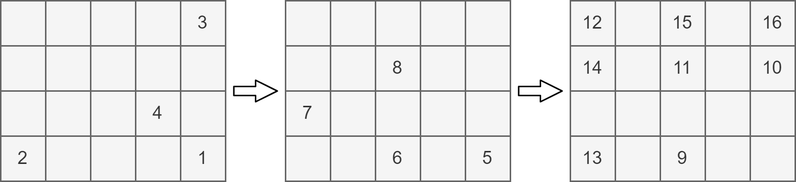
Before: img/62c303-L7.drawio.png, a diagram exported from draw.io (axiomofchoice-hjt/Axiomofchoice-hjt.github.io). Source tidied: cells renumbered, new cells last; positions are measured from the earlier drawing's top-left corner, leaving out a move shared by most shapes.
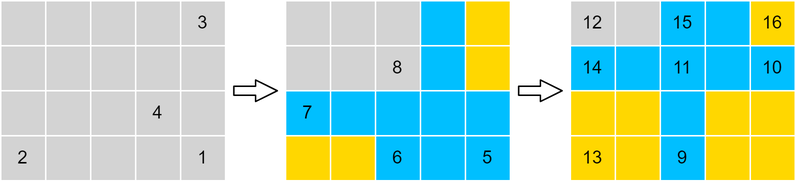
Above is the later version.

Diff of the diagram source:
```diff
@@ -2,193 +2,193 @@
   <root>
     <mxCell id="0" />
     <mxCell id="1" parent="0" />
-    <mxCell id="2" style="rounded=0;whiteSpace=wrap;html=1;fillColor=#f5f5f5;fontColor=#333333;strokeColor=#666666;" parent="1" vertex="1">
+    <mxCell id="2" style="rounded=0;whiteSpace=wrap;html=1;fillColor=#d3d3d3;fontColor=#000000;strokeColor=#ffffff;" parent="1" vertex="1">
       <mxGeometry width="30" height="30" as="geometry" />
     </mxCell>
-    <mxCell id="3" style="rounded=0;whiteSpace=wrap;html=1;fillColor=#f5f5f5;fontColor=#333333;strokeColor=#666666;" parent="1" vertex="1">
+    <mxCell id="3" style="rounded=0;whiteSpace=wrap;html=1;fillColor=#d3d3d3;fontColor=#000000;strokeColor=#ffffff;" parent="1" vertex="1">
       <mxGeometry x="30" width="30" height="30" as="geometry" />
     </mxCell>
-    <mxCell id="4" style="rounded=0;whiteSpace=wrap;html=1;fillColor=#f5f5f5;fontColor=#333333;strokeColor=#666666;" parent="1" vertex="1">
+    <mxCell id="4" style="rounded=0;whiteSpace=wrap;html=1;fillColor=#d3d3d3;fontColor=#000000;strokeColor=#ffffff;" parent="1" vertex="1">
       <mxGeometry x="60" width="30" height="30" as="geometry" />
     </mxCell>
-    <mxCell id="5" style="rounded=0;whiteSpace=wrap;html=1;fillColor=#f5f5f5;fontColor=#333333;strokeColor=#666666;" parent="1" vertex="1">
+    <mxCell id="5" style="rounded=0;whiteSpace=wrap;html=1;fillColor=#d3d3d3;fontColor=#000000;strokeColor=#ffffff;" parent="1" vertex="1">
       <mxGeometry x="90" width="30" height="30" as="geometry" />
     </mxCell>
-    <mxCell id="6" value="3" style="rounded=0;whiteSpace=wrap;html=1;fillColor=#f5f5f5;fontColor=#333333;strokeColor=#666666;" parent="1" vertex="1">
+    <mxCell id="6" value="3" style="rounded=0;whiteSpace=wrap;html=1;fillColor=#d3d3d3;fontColor=#000000;strokeColor=#ffffff;" parent="1" vertex="1">
       <mxGeometry x="120" width="30" height="30" as="geometry" />
     </mxCell>
-    <mxCell id="7" style="rounded=0;whiteSpace=wrap;html=1;fillColor=#f5f5f5;fontColor=#333333;strokeColor=#666666;" parent="1" vertex="1">
+    <mxCell id="7" style="rounded=0;whiteSpace=wrap;html=1;fillColor=#d3d3d3;fontColor=#000000;strokeColor=#ffffff;" parent="1" vertex="1">
       <mxGeometry y="30" width="30" height="30" as="geometry" />
     </mxCell>
-    <mxCell id="8" style="rounded=0;whiteSpace=wrap;html=1;fillColor=#f5f5f5;fontColor=#333333;strokeColor=#666666;" parent="1" vertex="1">
+    <mxCell id="8" style="rounded=0;whiteSpace=wrap;html=1;fillColor=#d3d3d3;fontColor=#000000;strokeColor=#ffffff;" parent="1" vertex="1">
       <mxGeometry x="30" y="30" width="30" height="30" as="geometry" />
     </mxCell>
-    <mxCell id="9" style="rounded=0;whiteSpace=wrap;html=1;fillColor=#f5f5f5;fontColor=#333333;strokeColor=#666666;" parent="1" vertex="1">
+    <mxCell id="9" style="rounded=0;whiteSpace=wrap;html=1;fillColor=#d3d3d3;fontColor=#000000;strokeColor=#ffffff;" parent="1" vertex="1">
       <mxGeometry x="60" y="30" width="30" height="30" as="geometry" />
     </mxCell>
-    <mxCell id="10" style="rounded=0;whiteSpace=wrap;html=1;fillColor=#f5f5f5;fontColor=#333333;strokeColor=#666666;" parent="1" vertex="1">
+    <mxCell id="10" style="rounded=0;whiteSpace=wrap;html=1;fillColor=#d3d3d3;fontColor=#000000;strokeColor=#ffffff;" parent="1" vertex="1">
       <mxGeometry x="90" y="30" width="30" height="30" as="geometry" />
     </mxCell>
-    <mxCell id="11" style="rounded=0;whiteSpace=wrap;html=1;fillColor=#f5f5f5;fontColor=#333333;strokeColor=#666666;" parent="1" vertex="1">
+    <mxCell id="11" style="rounded=0;whiteSpace=wrap;html=1;fillColor=#d3d3d3;fontColor=#000000;strokeColor=#ffffff;" parent="1" vertex="1">
       <mxGeometry x="120" y="30" width="30" height="30" as="geometry" />
     </mxCell>
-    <mxCell id="12" style="rounded=0;whiteSpace=wrap;html=1;fillColor=#f5f5f5;fontColor=#333333;strokeColor=#666666;" parent="1" vertex="1">
+    <mxCell id="12" style="rounded=0;whiteSpace=wrap;html=1;fillColor=#d3d3d3;fontColor=#000000;strokeColor=#ffffff;" parent="1" vertex="1">
       <mxGeometry y="60" width="30" height="30" as="geometry" />
     </mxCell>
-    <mxCell id="13" style="rounded=0;whiteSpace=wrap;html=1;fillColor=#f5f5f5;fontColor=#333333;strokeColor=#666666;" parent="1" vertex="1">
+    <mxCell id="13" style="rounded=0;whiteSpace=wrap;html=1;fillColor=#d3d3d3;fontColor=#000000;strokeColor=#ffffff;" parent="1" vertex="1">
       <mxGeometry x="30" y="60" width="30" height="30" as="geometry" />
     </mxCell>
-    <mxCell id="14" style="rounded=0;whiteSpace=wrap;html=1;fillColor=#f5f5f5;fontColor=#333333;strokeColor=#666666;" parent="1" vertex="1">
+    <mxCell id="14" style="rounded=0;whiteSpace=wrap;html=1;fillColor=#d3d3d3;fontColor=#000000;strokeColor=#ffffff;" parent="1" vertex="1">
       <mxGeometry x="60" y="60" width="30" height="30" as="geometry" />
     </mxCell>
-    <mxCell id="15" value="4" style="rounded=0;whiteSpace=wrap;html=1;fillColor=#f5f5f5;fontColor=#333333;strokeColor=#666666;" parent="1" vertex="1">
+    <mxCell id="15" value="4" style="rounded=0;whiteSpace=wrap;html=1;fillColor=#d3d3d3;fontColor=#000000;strokeColor=#ffffff;" parent="1" vertex="1">
       <mxGeometry x="90" y="60" width="30" height="30" as="geometry" />
     </mxCell>
-    <mxCell id="16" style="rounded=0;whiteSpace=wrap;html=1;fillColor=#f5f5f5;fontColor=#333333;strokeColor=#666666;" parent="1" vertex="1">
+    <mxCell id="16" style="rounded=0;whiteSpace=wrap;html=1;fillColor=#d3d3d3;fontColor=#000000;strokeColor=#ffffff;" parent="1" vertex="1">
       <mxGeometry x="120" y="60" width="30" height="30" as="geometry" />
     </mxCell>
-    <mxCell id="17" value="2" style="rounded=0;whiteSpace=wrap;html=1;fillColor=#f5f5f5;fontColor=#333333;strokeColor=#666666;" parent="1" vertex="1">
+    <mxCell id="17" value="2" style="rounded=0;whiteSpace=wrap;html=1;fillColor=#d3d3d3;fontColor=#000000;strokeColor=#ffffff;" parent="1" vertex="1">
       <mxGeometry y="90" width="30" height="30" as="geometry" />
     </mxCell>
-    <mxCell id="18" style="rounded=0;whiteSpace=wrap;html=1;fillColor=#f5f5f5;fontColor=#333333;strokeColor=#666666;" parent="1" vertex="1">
+    <mxCell id="18" style="rounded=0;whiteSpace=wrap;html=1;fillColor=#d3d3d3;fontColor=#000000;strokeColor=#ffffff;" parent="1" vertex="1">
       <mxGeometry x="30" y="90" width="30" height="30" as="geometry" />
     </mxCell>
-    <mxCell id="19" style="rounded=0;whiteSpace=wrap;html=1;fillColor=#f5f5f5;fontColor=#333333;strokeColor=#666666;" parent="1" vertex="1">
+    <mxCell id="19" style="rounded=0;whiteSpace=wrap;html=1;fillColor=#d3d3d3;fontColor=#000000;strokeColor=#ffffff;" parent="1" vertex="1">
       <mxGeometry x="60" y="90" width="30" height="30" as="geometry" />
     </mxCell>
-    <mxCell id="20" style="rounded=0;whiteSpace=wrap;html=1;fillColor=#f5f5f5;fontColor=#333333;strokeColor=#666666;" parent="1" vertex="1">
+    <mxCell id="20" style="rounded=0;whiteSpace=wrap;html=1;fillColor=#d3d3d3;fontColor=#000000;strokeColor=#ffffff;" parent="1" vertex="1">
       <mxGeometry x="90" y="90" width="30" height="30" as="geometry" />
     </mxCell>
-    <mxCell id="21" value="1" style="rounded=0;whiteSpace=wrap;html=1;fillColor=#f5f5f5;fontColor=#333333;strokeColor=#666666;" parent="1" vertex="1">
+    <mxCell id="21" value="1" style="rounded=0;whiteSpace=wrap;html=1;fillColor=#d3d3d3;fontColor=#000000;strokeColor=#ffffff;" parent="1" vertex="1">
       <mxGeometry x="120" y="90" width="30" height="30" as="geometry" />
     </mxCell>
-    <mxCell id="22" style="rounded=0;whiteSpace=wrap;html=1;fillColor=#f5f5f5;fontColor=#333333;strokeColor=#666666;" parent="1" vertex="1">
+    <mxCell id="22" style="rounded=0;whiteSpace=wrap;html=1;fillColor=#d3d3d3;fontColor=#000000;strokeColor=#ffffff;" parent="1" vertex="1">
       <mxGeometry x="190" width="30" height="30" as="geometry" />
     </mxCell>
-    <mxCell id="23" style="rounded=0;whiteSpace=wrap;html=1;fillColor=#f5f5f5;fontColor=#333333;strokeColor=#666666;" parent="1" vertex="1">
+    <mxCell id="23" style="rounded=0;whiteSpace=wrap;html=1;fillColor=#d3d3d3;fontColor=#000000;strokeColor=#ffffff;" parent="1" vertex="1">
       <mxGeometry x="220" width="30" height="30" as="geometry" />
     </mxCell>
-    <mxCell id="24" style="rounded=0;whiteSpace=wrap;html=1;fillColor=#f5f5f5;fontColor=#333333;strokeColor=#666666;" parent="1" vertex="1">
+    <mxCell id="24" style="rounded=0;whiteSpace=wrap;html=1;fillColor=#d3d3d3;fontColor=#000000;strokeColor=#ffffff;" parent="1" vertex="1">
       <mxGeometry x="250" width="30" height="30" as="geometry" />
     </mxCell>
-    <mxCell id="25" style="rounded=0;whiteSpace=wrap;html=1;fillColor=#f5f5f5;fontColor=#333333;strokeColor=#666666;" parent="1" vertex="1">
+    <mxCell id="25" style="rounded=0;whiteSpace=wrap;html=1;fillColor=#00bfff;fontColor=#000000;strokeColor=#ffffff;" parent="1" vertex="1">
       <mxGeometry x="280" width="30" height="30" as="geometry" />
     </mxCell>
-    <mxCell id="26" style="rounded=0;whiteSpace=wrap;html=1;fillColor=#f5f5f5;fontColor=#333333;strokeColor=#666666;" parent="1" vertex="1">
+    <mxCell id="26" style="rounded=0;whiteSpace=wrap;html=1;fillColor=#ffd700;fontColor=#000000;strokeColor=#ffffff;" parent="1" vertex="1">
       <mxGeometry x="310" width="30" height="30" as="geometry" />
     </mxCell>
-    <mxCell id="27" style="rounded=0;whiteSpace=wrap;html=1;fillColor=#f5f5f5;fontColor=#333333;strokeColor=#666666;" parent="1" vertex="1">
+    <mxCell id="27" style="rounded=0;whiteSpace=wrap;html=1;fillColor=#d3d3d3;fontColor=#000000;strokeColor=#ffffff;" parent="1" vertex="1">
       <mxGeometry x="190" y="30" width="30" height="30" as="geometry" />
     </mxCell>
-    <mxCell id="28" style="rounded=0;whiteSpace=wrap;html=1;fillColor=#f5f5f5;fontColor=#333333;strokeColor=#666666;" parent="1" vertex="1">
+    <mxCell id="28" style="rounded=0;whiteSpace=wrap;html=1;fillColor=#d3d3d3;fontColor=#000000;strokeColor=#ffffff;" parent="1" vertex="1">
       <mxGeometry x="220" y="30" width="30" height="30" as="geometry" />
     </mxCell>
-    <mxCell id="29" value="8" style="rounded=0;whiteSpace=wrap;html=1;fillColor=#f5f5f5;fontColor=#333333;strokeColor=#666666;" parent="1" vertex="1">
+    <mxCell id="29" value="8" style="rounded=0;whiteSpace=wrap;html=1;fillColor=#d3d3d3;fontColor=#000000;strokeColor=#ffffff;" parent="1" vertex="1">
       <mxGeometry x="250" y="30" width="30" height="30" as="geometry" />
     </mxCell>
-    <mxCell id="30" style="rounded=0;whiteSpace=wrap;html=1;fillColor=#f5f5f5;fontColor=#333333;strokeColor=#666666;" parent="1" vertex="1">
+    <mxCell id="30" style="rounded=0;whiteSpace=wrap;html=1;fillColor=#00bfff;fontColor=#000000;strokeColor=#ffffff;" parent="1" vertex="1">
       <mxGeometry x="280" y="30" width="30" height="30" as="geometry" />
     </mxCell>
-    <mxCell id="31" style="rounded=0;whiteSpace=wrap;html=1;fillColor=#f5f5f5;fontColor=#333333;strokeColor=#666666;" parent="1" vertex="1">
+    <mxCell id="31" style="rounded=0;whiteSpace=wrap;html=1;fillColor=#ffd700;fontColor=#000000;strokeColor=#ffffff;" parent="1" vertex="1">
       <mxGeometry x="310" y="30" width="30" height="30" as="geometry" />
     </mxCell>
-    <mxCell id="32" value="7" style="rounded=0;whiteSpace=wrap;html=1;fillColor=#f5f5f5;fontColor=#333333;strokeColor=#666666;" parent="1" vertex="1">
+    <mxCell id="32" value="7" style="rounded=0;whiteSpace=wrap;html=1;fillColor=#00bfff;fontColor=#000000;strokeColor=#ffffff;" parent="1" vertex="1">
       <mxGeometry x="190" y="60" width="30" height="30" as="geometry" />
     </mxCell>
-    <mxCell id="33" style="rounded=0;whiteSpace=wrap;html=1;fillColor=#f5f5f5;fontColor=#333333;strokeColor=#666666;" parent="1" vertex="1">
+    <mxCell id="33" style="rounded=0;whiteSpace=wrap;html=1;fillColor=#00bfff;fontColor=#000000;strokeColor=#ffffff;" parent="1" vertex="1">
       <mxGeometry x="220" y="60" width="30" height="30" as="geometry" />
     </mxCell>
-    <mxCell id="34" style="rounded=0;whiteSpace=wrap;html=1;fillColor=#f5f5f5;fontColor=#333333;strokeColor=#666666;" parent="1" vertex="1">
+    <mxCell id="34" style="rounded=0;whiteSpace=wrap;html=1;fillColor=#00bfff;fontColor=#000000;strokeColor=#ffffff;" parent="1" vertex="1">
       <mxGeometry x="250" y="60" width="30" height="30" as="geometry" />
     </mxCell>
-    <mxCell id="35" style="rounded=0;whiteSpace=wrap;html=1;fillColor=#f5f5f5;fontColor=#333333;strokeColor=#666666;" parent="1" vertex="1">
+    <mxCell id="35" style="rounded=0;whiteSpace=wrap;html=1;fillColor=#00bfff;fontColor=#000000;strokeColor=#ffffff;" parent="1" vertex="1">
       <mxGeometry x="280" y="60" width="30" height="30" as="geometry" />
     </mxCell>
-    <mxCell id="36" style="rounded=0;whiteSpace=wrap;html=1;fillColor=#f5f5f5;fontColor=#333333;strokeColor=#666666;" parent="1" vertex="1">
+    <mxCell id="36" style="rounded=0;whiteSpace=wrap;html=1;fillColor=#00bfff;fontColor=#000000;strokeColor=#ffffff;" parent="1" vertex="1">
       <mxGeometry x="310" y="60" width="30" height="30" as="geometry" />
     </mxCell>
-    <mxCell id="37" style="rounded=0;whiteSpace=wrap;html=1;fillColor=#f5f5f5;fontColor=#333333;strokeColor=#666666;" parent="1" vertex="1">
+    <mxCell id="37" style="rounded=0;whiteSpace=wrap;html=1;fillColor=#ffd700;fontColor=#000000;strokeColor=#ffffff;" parent="1" vertex="1">
       <mxGeometry x="190" y="90" width="30" height="30" as="geometry" />
     </mxCell>
-    <mxCell id="38" style="rounded=0;whiteSpace=wrap;html=1;fillColor=#f5f5f5;fontColor=#333333;strokeColor=#666666;" parent="1" vertex="1">
+    <mxCell id="38" style="rounded=0;whiteSpace=wrap;html=1;fillColor=#ffd700;fontColor=#000000;strokeColor=#ffffff;" parent="1" vertex="1">
       <mxGeometry x="220" y="90" width="30" height="30" as="geometry" />
     </mxCell>
-    <mxCell id="39" value="6" style="rounded=0;whiteSpace=wrap;html=1;fillColor=#f5f5f5;fontColor=#333333;strokeColor=#666666;" parent="1" vertex="1">
+    <mxCell id="39" value="6" style="rounded=0;whiteSpace=wrap;html=1;fillColor=#00bfff;fontColor=#000000;strokeColor=#ffffff;" parent="1" vertex="1">
       <mxGeometry x="250" y="90" width="30" height="30" as="geometry" />
     </mxCell>
-    <mxCell id="40" style="rounded=0;whiteSpace=wrap;html=1;fillColor=#f5f5f5;fontColor=#333333;strokeColor=#666666;" parent="1" vertex="1">
+    <mxCell id="40" style="rounded=0;whiteSpace=wrap;html=1;fillColor=#00bfff;fontColor=#000000;strokeColor=#ffffff;" parent="1" vertex="1">
       <mxGeometry x="280" y="90" width="30" height="30" as="geometry" />
     </mxCell>
-    <mxCell id="41" value="5" style="rounded=0;whiteSpace=wrap;html=1;fillColor=#f5f5f5;fontColor=#333333;strokeColor=#666666;" parent="1" vertex="1">
+    <mxCell id="41" value="5" style="rounded=0;whiteSpace=wrap;html=1;fillColor=#00bfff;fontColor=#000000;strokeColor=#ffffff;" parent="1" vertex="1">
       <mxGeometry x="310" y="90" width="30" height="30" as="geometry" />
     </mxCell>
-    <mxCell id="42" value="12" style="rounded=0;whiteSpace=wrap;html=1;fillColor=#f5f5f5;fontColor=#333333;strokeColor=#666666;" parent="1" vertex="1">
+    <mxCell id="42" value="12" style="rounded=0;whiteSpace=wrap;html=1;fillColor=#d3d3d3;fontColor=#000000;strokeColor=#ffffff;" parent="1" vertex="1">
       <mxGeometry x="380" width="30" height="30" as="geometry" />
     </mxCell>
-    <mxCell id="43" style="rounded=0;whiteSpace=wrap;html=1;fillColor=#f5f5f5;fontColor=#333333;strokeColor=#666666;" parent="1" vertex="1">
+    <mxCell id="43" style="rounded=0;whiteSpace=wrap;html=1;fillColor=#d3d3d3;fontColor=#000000;strokeColor=#ffffff;" parent="1" vertex="1">
       <mxGeometry x="410" width="30" height="30" as="geometry" />
     </mxCell>
-    <mxCell id="44" value="15" style="rounded=0;whiteSpace=wrap;html=1;fillColor=#f5f5f5;fontColor=#333333;strokeColor=#666666;" parent="1" vertex="1">
+    <mxCell id="44" value="15" style="rounded=0;whiteSpace=wrap;html=1;fillColor=#00bfff;fontColor=#000000;strokeColor=#ffffff;" parent="1" vertex="1">
       <mxGeometry x="440" width="30" height="30" as="geometry" />
     </mxCell>
-    <mxCell id="45" style="rounded=0;whiteSpace=wrap;html=1;fillColor=#f5f5f5;fontColor=#333333;strokeColor=#666666;" parent="1" vertex="1">
+    <mxCell id="45" style="rounded=0;whiteSpace=wrap;html=1;fillColor=#00bfff;fontColor=#000000;strokeColor=#ffffff;" parent="1" vertex="1">
       <mxGeometry x="470" width="30" height="30" as="geometry" />
     </mxCell>
-    <mxCell id="46" value="16" style="rounded=0;whiteSpace=wrap;html=1;fillColor=#f5f5f5;fontColor=#333333;strokeColor=#666666;" parent="1" vertex="1">
+    <mxCell id="46" value="16" style="rounded=0;whiteSpace=wrap;html=1;fillColor=#ffd700;fontColor=#000000;strokeColor=#ffffff;" parent="1" vertex="1">
       <mxGeometry x="500" width="30" height="30" as="geometry" />
     </mxCell>
-    <mxCell id="47" value="14" style="rounded=0;whiteSpace=wrap;html=1;fillColor=#f5f5f5;fontColor=#333333;strokeColor=#666666;" parent="1" vertex="1">
+    <mxCell id="47" value="14" style="rounded=0;whiteSpace=wrap;html=1;fillColor=#00bfff;fontColor=#000000;strokeColor=#ffffff;" parent="1" vertex="1">
       <mxGeometry x="380" y="30" width="30" height="30" as="geometry" />
     </mxCell>
-    <mxCell id="48" style="rounded=0;whiteSpace=wrap;html=1;fillColor=#f5f5f5;fontColor=#333333;strokeColor=#666666;" parent="1" vertex="1">
+    <mxCell id="48" style="rounded=0;whiteSpace=wrap;html=1;fillColor=#00bfff;fontColor=#000000;strokeColor=#ffffff;" parent="1" vertex="1">
       <mxGeometry x="410" y="30" width="30" height="30" as="geometry" />
     </mxCell>
-    <mxCell id="49" value="11" style="rounded=0;whiteSpace=wrap;html=1;fillColor=#f5f5f5;fontColor=#333333;strokeColor=#666666;" parent="1" vertex="1">
+    <mxCell id="49" value="11" style="rounded=0;whiteSpace=wrap;html=1;fillColor=#00bfff;fontColor=#000000;strokeColor=#ffffff;" parent="1" vertex="1">
       <mxGeometry x="440" y="30" width="30" height="30" as="geometry" />
     </mxCell>
-    <mxCell id="50" style="rounded=0;whiteSpace=wrap;html=1;fillColor=#f5f5f5;fontColor=#333333;strokeColor=#666666;" parent="1" vertex="1">
+    <mxCell id="50" style="rounded=0;whiteSpace=wrap;html=1;fillColor=#00bfff;fontColor=#000000;strokeColor=#ffffff;" parent="1" vertex="1">
       <mxGeometry x="470" y="30" width="30" height="30" as="geometry" />
     </mxCell>
-    <mxCell id="51" value="10" style="rounded=0;whiteSpace=wrap;html=1;fillColor=#f5f5f5;fontColor=#333333;strokeColor=#666666;" parent="1" vertex="1">
+    <mxCell id="51" value="10" style="rounded=0;whiteSpace=wrap;html=1;fillColor=#00bfff;fontColor=#000000;strokeColor=#ffffff;" parent="1" vertex="1">
       <mxGeometry x="500" y="30" width="30" height="30" as="geometry" />
     </mxCell>
-    <mxCell id="52" style="rounded=0;whiteSpace=wrap;html=1;fillColor=#f5f5f5;fontColor=#333333;strokeColor=#666666;" parent="1" vertex="1">
+    <mxCell id="52" style="rounded=0;whiteSpace=wrap;html=1;fillColor=#ffd700;fontColor=#000000;strokeColor=#ffffff;" parent="1" vertex="1">
       <mxGeometry x="380" y="60" width="30" height="30" as="geometry" />
     </mxCell>
-    <mxCell id="53" style="rounded=0;whiteSpace=wrap;html=1;fillColor=#f5f5f5;fontColor=#333333;strokeColor=#666666;" parent="1" vertex="1">
+    <mxCell id="53" style="rounded=0;whiteSpace=wrap;html=1;fillColor=#ffd700;fontColor=#000000;strokeColor=#ffffff;" parent="1" vertex="1">
       <mxGeometry x="410" y="60" width="30" height="30" as="geometry" />
     </mxCell>
-    <mxCell id="54" style="rounded=0;whiteSpace=wrap;html=1;fillColor=#f5f5f5;fontColor=#333333;strokeColor=#666666;" parent="1" vertex="1">
+    <mxCell id="54" style="rounded=0;whiteSpace=wrap;html=1;fillColor=#00bfff;fontColor=#000000;strokeColor=#ffffff;" parent="1" vertex="1">
       <mxGeometry x="440" y="60" width="30" height="30" as="geometry" />
     </mxCell>
-    <mxCell id="55" style="rounded=0;whiteSpace=wrap;html=1;fillColor=#f5f5f5;fontColor=#333333;strokeColor=#666666;" parent="1" vertex="1">
+    <mxCell id="55" style="rounded=0;whiteSpace=wrap;html=1;fillColor=#ffd700;fontColor=#000000;strokeColor=#ffffff;" parent="1" vertex="1">
       <mxGeometry x="470" y="60" width="30" height="30" as="geometry" />
     </mxCell>
-    <mxCell id="56" style="rounded=0;whiteSpace=wrap;html=1;fillColor=#f5f5f5;fontColor=#333333;strokeColor=#666666;" parent="1" vertex="1">
+    <mxCell id="56" style="rounded=0;whiteSpace=wrap;html=1;fillColor=#ffd700;fontColor=#000000;strokeColor=#ffffff;" parent="1" vertex="1">
       <mxGeometry x="500" y="60" width="30" height="30" as="geometry" />
     </mxCell>
-    <mxCell id="57" value="13" style="rounded=0;whiteSpace=wrap;html=1;fillColor=#f5f5f5;fontColor=#333333;strokeColor=#666666;" parent="1" vertex="1">
+    <mxCell id="57" value="13" style="rounded=0;whiteSpace=wrap;html=1;fillColor=#ffd700;fontColor=#000000;strokeColor=#ffffff;" parent="1" vertex="1">
       <mxGeometry x="380" y="90" width="30" height="30" as="geometry" />
     </mxCell>
-    <mxCell id="58" style="rounded=0;whiteSpace=wrap;html=1;fillColor=#f5f5f5;fontColor=#333333;strokeColor=#666666;" parent="1" vertex="1">
+    <mxCell id="58" style="rounded=0;whiteSpace=wrap;html=1;fillColor=#ffd700;fontColor=#000000;strokeColor=#ffffff;" parent="1" vertex="1">
       <mxGeometry x="410" y="90" width="30" height="30" as="geometry" />
     </mxCell>
-    <mxCell id="59" value="9" style="rounded=0;whiteSpace=wrap;html=1;fillColor=#f5f5f5;fontColor=#333333;strokeColor=#666666;" parent="1" vertex="1">
+    <mxCell id="59" value="9" style="rounded=0;whiteSpace=wrap;html=1;fillColor=#00bfff;fontColor=#000000;strokeColor=#ffffff;" parent="1" vertex="1">
       <mxGeometry x="440" y="90" width="30" height="30" as="geometry" />
     </mxCell>
-    <mxCell id="60" style="rounded=0;whiteSpace=wrap;html=1;fillColor=#f5f5f5;fontColor=#333333;strokeColor=#666666;" parent="1" vertex="1">
+    <mxCell id="60" style="rounded=0;whiteSpace=wrap;html=1;fillColor=#ffd700;fontColor=#000000;strokeColor=#ffffff;" parent="1" vertex="1">
       <mxGeometry x="470" y="90" width="30" height="30" as="geometry" />
     </mxCell>
-    <mxCell id="61" style="rounded=0;whiteSpace=wrap;html=1;fillColor=#f5f5f5;fontColor=#333333;strokeColor=#666666;" parent="1" vertex="1">
+    <mxCell id="61" style="rounded=0;whiteSpace=wrap;html=1;fillColor=#ffd700;fontColor=#000000;strokeColor=#ffffff;" parent="1" vertex="1">
       <mxGeometry x="500" y="90" width="30" height="30" as="geometry" />
     </mxCell>
-    <mxCell id="62" style="endArrow=classic;html=1;shape=flexArrow;width=6;endSize=4.49423076923077;endWidth=7.3076923076923075;" parent="1" edge="1">
+    <mxCell id="62" style="endArrow=classic;html=1;shape=flexArrow;width=6;endSize=4.49423076923077;endWidth=7.3076923076923075;fontColor=#000000;strokeColor=#000000;" parent="1" edge="1">
       <mxGeometry relative="1" as="geometry">
         <mxPoint x="155" y="60" as="sourcePoint" />
         <mxPoint x="185" y="60" as="targetPoint" />
       </mxGeometry>
     </mxCell>
-    <mxCell id="63" style="endArrow=classic;html=1;shape=flexArrow;width=6;endSize=4.49423076923077;endWidth=7.3076923076923075;" parent="1" edge="1">
+    <mxCell id="63" style="endArrow=classic;html=1;shape=flexArrow;width=6;endSize=4.49423076923077;endWidth=7.3076923076923075;fontColor=#000000;strokeColor=#000000;" parent="1" edge="1">
       <mxGeometry relative="1" as="geometry">
         <mxPoint x="345" y="60" as="sourcePoint" />
         <mxPoint x="375" y="60" as="targetPoint" />
```
